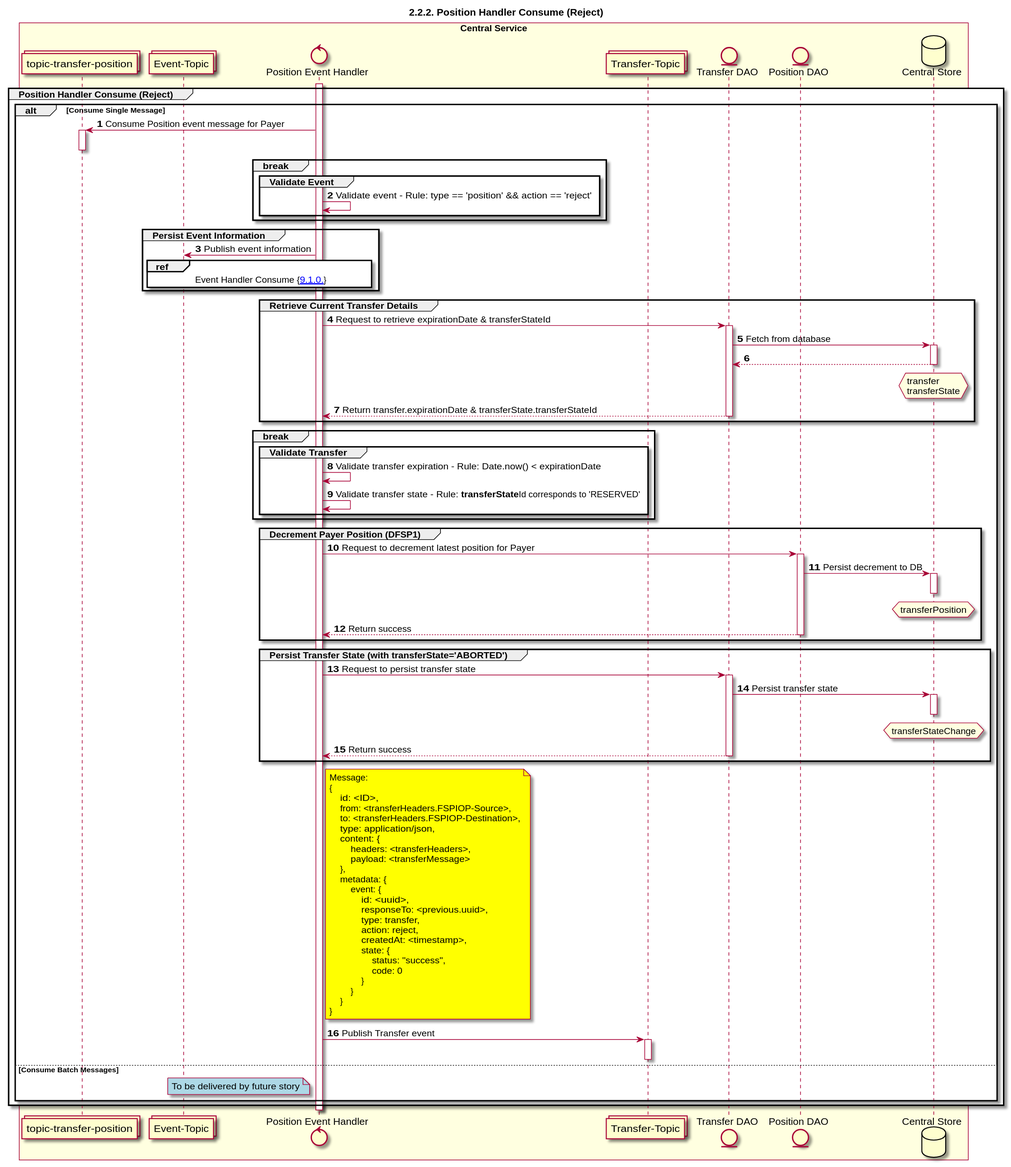
Earlier version of the PlantUML export Diagrams/SequenceDiagrams/seq-reject-2.2.2.svg (ggrg/docs).
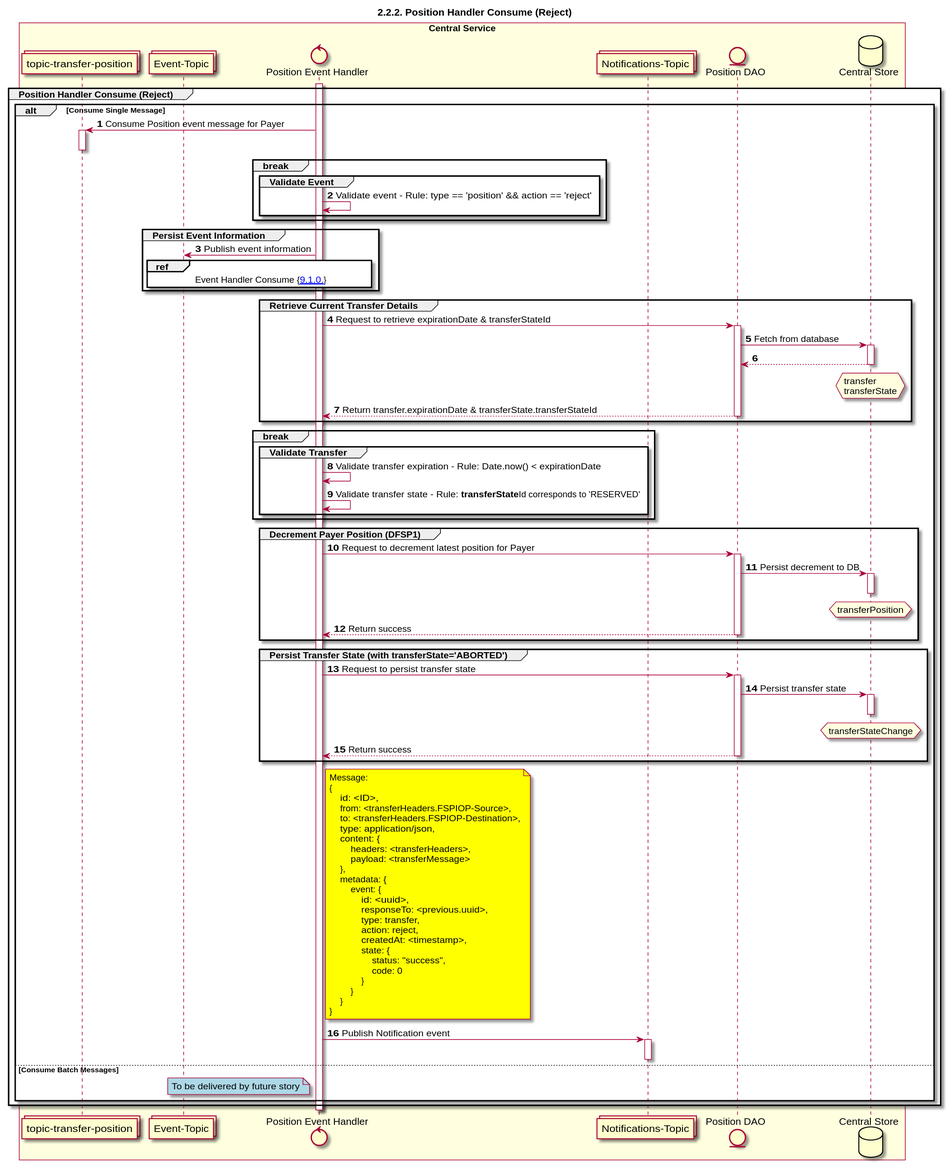
Later version of the same file.

What changed in the source:
```diff
@@ -6,9 +6,8 @@
 
 collections "topic-transfer-position" as TOPIC_TRANSFER_POSITION
 control "Position Event Handler" as POS_HANDLER
-collections "Transfer-Topic" as TOPIC_TRANSFERS
+collections "Notifications-Topic" as TOPIC_NOTIFICATIONS
 collections "Event-Topic" as TOPIC_EVENT
-entity "Transfer DAO" as TRANS_DAO
 entity "Position DAO" as POS_DAO
 database "Central Store" as DB
 
@@ -16,8 +15,7 @@
     participant TOPIC_TRANSFER_POSITION
     participant TOPIC_EVENT
     participant POS_HANDLER
-    participant TOPIC_TRANSFERS
-    participant TRANS_DAO
+    participant TOPIC_NOTIFICATIONS
     participant POS_DAO
     participant DB
 end box
@@ -41,18 +39,18 @@
         end
 
         group Retrieve Current Transfer Details
-            POS_HANDLER -> TRANS_DAO: Request to retrieve expirationDate & transferStateId
-            activate TRANS_DAO
-            TRANS_DAO -> DB: Fetch from database
+            POS_HANDLER -> POS_DAO: Request to retrieve expirationDate & transferStateId
+            activate POS_DAO
+            POS_DAO -> DB: Fetch from database
             activate DB
-            DB --> TRANS_DAO
+            DB --> POS_DAO
             deactivate DB
             hnote over DB #lightyellow
                 transfer
                 transferState
             end note
-            POS_HANDLER <-- TRANS_DAO: Return transfer.expirationDate & transferState.transferStateId
-            deactivate TRANS_DAO
+            POS_HANDLER <-- POS_DAO: Return transfer.expirationDate & transferState.transferStateId
+            deactivate POS_DAO
         end
 
         break
@@ -76,16 +74,16 @@
         end
 
         group Persist Transfer State (with transferState='ABORTED')
-            POS_HANDLER -> TRANS_DAO: Request to persist transfer state
-            activate TRANS_DAO
-            TRANS_DAO -> DB: Persist transfer state
+            POS_HANDLER -> POS_DAO: Request to persist transfer state
+            activate POS_DAO
+            POS_DAO -> DB: Persist transfer state
             activate DB
             deactivate DB
             hnote over DB #lightyellow
                 transferStateChange
             end note
-            TRANS_DAO --> POS_HANDLER: Return success
-            deactivate TRANS_DAO
+            POS_DAO --> POS_HANDLER: Return success
+            deactivate POS_DAO
         end
 
         note right of POS_HANDLER #yellow
@@ -114,9 +112,9 @@
                 }
             }
         end note
-        POS_HANDLER -> TOPIC_TRANSFERS: Publish Transfer event
-        activate TOPIC_TRANSFERS
-        deactivate TOPIC_TRANSFERS
+        POS_HANDLER -> TOPIC_NOTIFICATIONS: Publish Notification event
+        activate TOPIC_NOTIFICATIONS
+        deactivate TOPIC_NOTIFICATIONS
 
     else Consume Batch Messages
         note left of POS_HANDLER #lightblue
```
